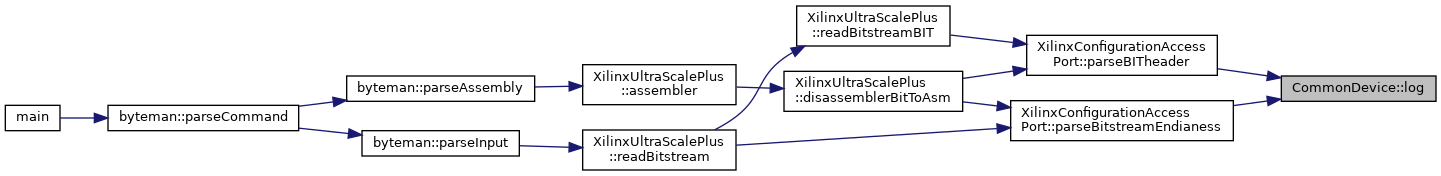
The Graphviz diagram classCommonDevice_aa42337dfb4b5ff34a063c2145ab87478_icgraph.png in FPGA-Research-Manchester/byteman, before a commit. Its source is kept beside it as classCommonDevice_aa42337dfb4b5ff34a063c2145ab87478_icgraph.dot.
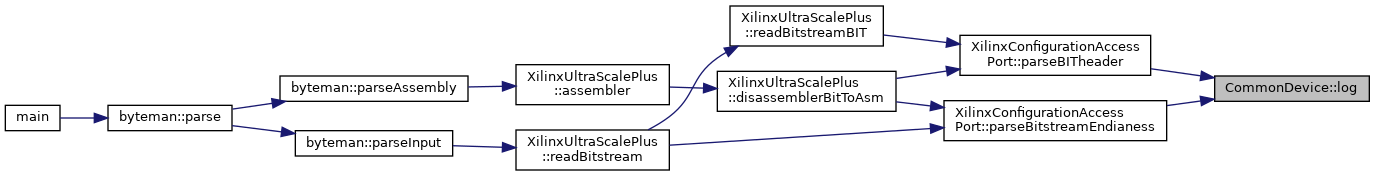
After the change.

What changed in the source:
```diff
@@ -13,7 +13,7 @@
   Node4 -> Node5 [dir="back",color="midnightblue",fontsize="10",style="solid",fontname="Helvetica"];
   Node5 [label="byteman::parseAssembly",height=0.2,width=0.4,color="black", fillcolor="white", style="filled",URL="$classbyteman.html#a5e7f2e31d95626075a6ce22b54ecbbf8",tooltip=" "];
   Node5 -> Node6 [dir="back",color="midnightblue",fontsize="10",style="solid",fontname="Helvetica"];
-  Node6 [label="byteman::parseCommand",height=0.2,width=0.4,color="black", fillcolor="white", style="filled",URL="$classbyteman.html#a97ad2d6b20a10ddb0dd8d373159eea4e",tooltip=" "];
+  Node6 [label="byteman::parse",height=0.2,width=0.4,color="black", fillcolor="white", style="filled",URL="$classbyteman.html#a0ce0e992678e3f8b51cc5e01cea14ddb",tooltip=" "];
   Node6 -> Node7 [dir="back",color="midnightblue",fontsize="10",style="solid",fontname="Helvetica"];
   Node7 [label="main",height=0.2,width=0.4,color="black", fillcolor="white", style="filled",URL="$byteman_8cpp.html#a0ddf1224851353fc92bfbff6f499fa97",tooltip=" "];
   Node2 -> Node8 [dir="back",color="midnightblue",fontsize="10",style="solid",fontname="Helvetica"];
```
